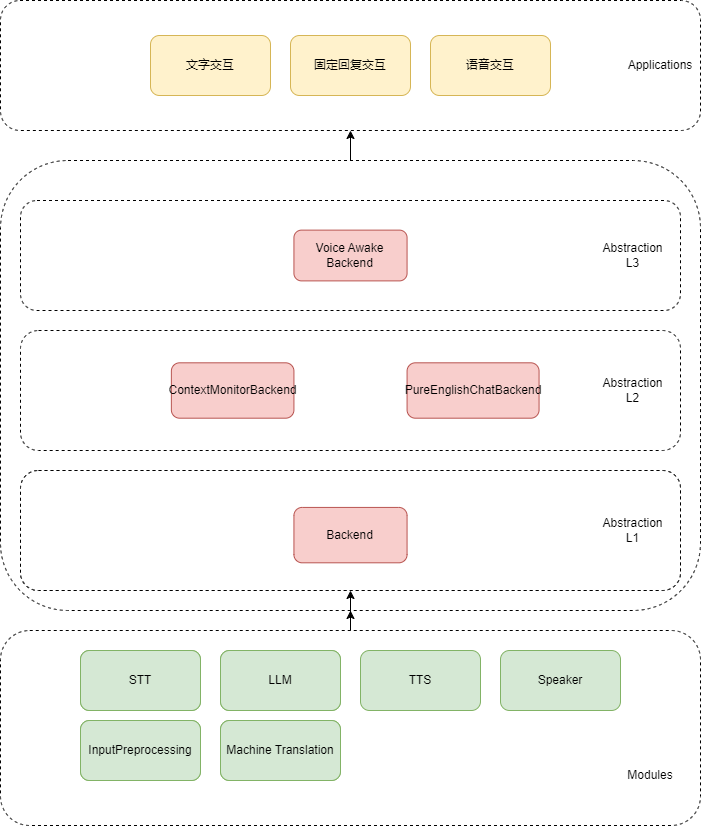
Before: arch/stack of tech.png, a diagram exported from draw.io (480284856/AsyncAudioChat). Source tidied: cells renumbered, new cells last; positions are measured from the earlier drawing's top-left corner, leaving out a move shared by most shapes.
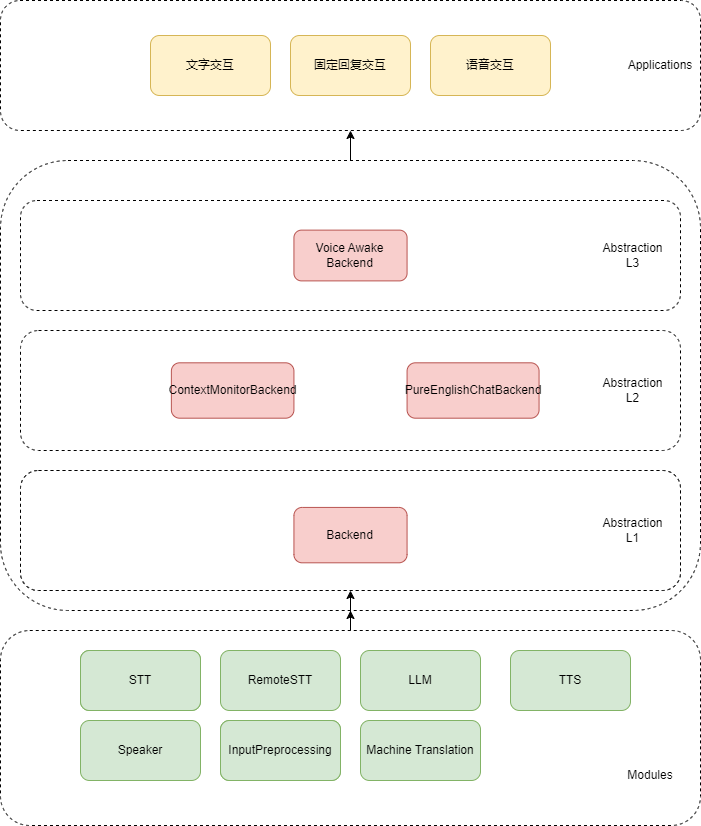
After the commit.

Commit message:
Add new feature: RemoteSTT

Change to the diagram source:
```diff
@@ -23,14 +23,14 @@
     <mxCell id="8" value="STT" style="rounded=1;whiteSpace=wrap;html=1;fillColor=#d5e8d4;strokeColor=#82b366;" parent="1" vertex="1">
       <mxGeometry x="80" y="650" width="120" height="60" as="geometry" />
     </mxCell>
-    <mxCell id="9" value="LLM" style="rounded=1;whiteSpace=wrap;html=1;fillColor=#d5e8d4;strokeColor=#82b366;" parent="1" vertex="1">
+    <mxCell id="9" value="&lt;font color=&quot;#000000&quot;&gt;RemoteSTT&lt;/font&gt;" style="rounded=1;whiteSpace=wrap;html=1;fillColor=#d5e8d4;strokeColor=#82b366;" parent="1" vertex="1">
       <mxGeometry x="220" y="650" width="120" height="60" as="geometry" />
     </mxCell>
     <mxCell id="10" value="TTS" style="rounded=1;whiteSpace=wrap;html=1;fillColor=#d5e8d4;strokeColor=#82b366;fontColor=#000000;" parent="1" vertex="1">
-      <mxGeometry x="360" y="650" width="120" height="60" as="geometry" />
+      <mxGeometry x="510" y="650" width="120" height="60" as="geometry" />
     </mxCell>
     <mxCell id="11" value="Speaker" style="rounded=1;whiteSpace=wrap;html=1;fillColor=#d5e8d4;strokeColor=#82b366;fontColor=#000000;" parent="1" vertex="1">
-      <mxGeometry x="500" y="650" width="120" height="60" as="geometry" />
+      <mxGeometry x="80" y="720" width="120" height="60" as="geometry" />
     </mxCell>
     <mxCell id="12" value="Applications" style="text;html=1;align=center;verticalAlign=middle;whiteSpace=wrap;rounded=0;" parent="1" vertex="1">
       <mxGeometry x="630" y="50" width="60" height="30" as="geometry" />
@@ -38,9 +38,6 @@
     <mxCell id="13" value="Modules" style="text;html=1;align=center;verticalAlign=middle;whiteSpace=wrap;rounded=0;" parent="1" vertex="1">
       <mxGeometry x="620" y="760" width="60" height="30" as="geometry" />
     </mxCell>
-    <mxCell id="14" value="InputPreprocessing" style="rounded=1;whiteSpace=wrap;html=1;fillColor=#d5e8d4;strokeColor=#82b366;" parent="1" vertex="1">
-      <mxGeometry x="80" y="720" width="120" height="60" as="geometry" />
-    </mxCell>
     <mxCell id="15" value="Machine Translation" style="rounded=1;whiteSpace=wrap;html=1;fillColor=#d5e8d4;strokeColor=#82b366;" parent="1" vertex="1">
       <mxGeometry x="220" y="720" width="120" height="60" as="geometry" />
     </mxCell>
@@ -108,13 +105,13 @@
       <mxGeometry x="80" y="650" width="120" height="60" as="geometry" />
     </mxCell>
     <mxCell id="37" value="InputPreprocessing" style="rounded=1;whiteSpace=wrap;html=1;fillColor=#d5e8d4;strokeColor=#82b366;fontColor=#000000;" parent="1" vertex="1">
-      <mxGeometry x="80" y="720" width="120" height="60" as="geometry" />
+      <mxGeometry x="220" y="720" width="120" height="60" as="geometry" />
     </mxCell>
     <mxCell id="38" value="Machine Translation" style="rounded=1;whiteSpace=wrap;html=1;fillColor=#d5e8d4;strokeColor=#82b366;fontColor=#000000;" parent="1" vertex="1">
-      <mxGeometry x="220" y="720" width="120" height="60" as="geometry" />
+      <mxGeometry x="360" y="720" width="120" height="60" as="geometry" />
     </mxCell>
     <mxCell id="39" value="LLM" style="rounded=1;whiteSpace=wrap;html=1;fillColor=#d5e8d4;strokeColor=#82b366;fontColor=#000000;" parent="1" vertex="1">
-      <mxGeometry x="220" y="650" width="120" height="60" as="geometry" />
+      <mxGeometry x="360" y="650" width="120" height="60" as="geometry" />
     </mxCell>
     <mxCell id="40" value="固定回复交互" style="rounded=1;whiteSpace=wrap;html=1;fillColor=#fff2cc;strokeColor=#d6b656;fontColor=#000000;" parent="1" vertex="1">
       <mxGeometry x="290" y="35" width="120" height="60" as="geometry" />
```
